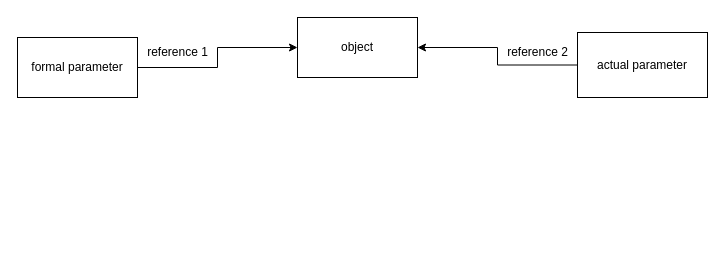
grimoiredecs/Functional_In_Python keeps this draw.io diagram as Untitled Diagram.drawio. Above is the earlier version. Source tidied: cells renumbered, new cells numbered last; positions are measured from the earlier drawing's top-left corner, leaving out a move shared by most shapes. Both pictures are drawn from the tidied source at 100%, with x=0, y=0 at pixel (17, 17).
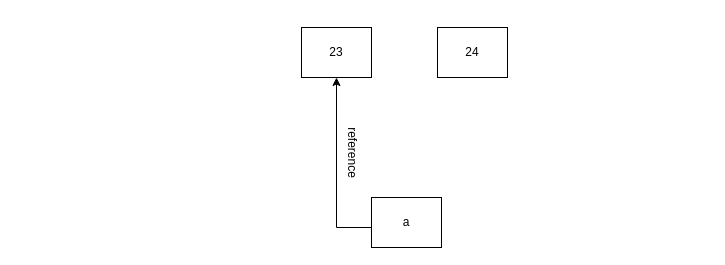
Above is the later version.

What changed in the source:
```diff
@@
 <mxGraphModel>
   <root>
     <mxCell id="0" />
     <mxCell id="1" parent="0" />
-    <mxCell id="2" value="object" style="rounded=0;whiteSpace=wrap;html=1;" parent="1" vertex="1">
-      <mxGeometry x="280" width="120" height="60" as="geometry" />
-    </mxCell>
-    <mxCell id="3" style="edgeStyle=orthogonalEdgeStyle;rounded=0;jettySize=auto;html=1;" parent="1" edge="1" source="4" target="2">
-      <mxGeometry relative="1" as="geometry" />
-    </mxCell>
-    <mxCell id="4" value="formal parameter" style="rounded=0;whiteSpace=wrap;html=1;" parent="1" vertex="1">
-      <mxGeometry y="20" width="120" height="60" as="geometry" />
-    </mxCell>
-    <mxCell id="5" style="edgeStyle=orthogonalEdgeStyle;rounded=0;jettySize=auto;html=1;entryX=1;entryY=0.5;entryDx=0;entryDy=0;" parent="1" edge="1" source="6" target="2">
-      <mxGeometry relative="1" as="geometry" />
-    </mxCell>
-    <mxCell id="6" value="actual parameter" style="rounded=0;whiteSpace=wrap;html=1;" parent="1" vertex="1">
-      <mxGeometry x="560" y="15" width="130" height="65" as="geometry" />
-    </mxCell>
-    <mxCell id="7" value="reference 1" style="text;html=1;align=center;verticalAlign=middle;strokeColor=none;fillColor=none;" parent="1" vertex="1">
-      <mxGeometry x="120" y="20" width="80" height="30" as="geometry" />
-    </mxCell>
-    <mxCell id="8" value="reference 2" style="text;html=1;align=center;verticalAlign=middle;strokeColor=none;fillColor=none;" parent="1" vertex="1">
-      <mxGeometry x="480" y="20" width="80" height="30" as="geometry" />
-    </mxCell>
+    <mxCell id="9" value="24" style="rounded=0;whiteSpace=wrap;html=1;" parent="1" vertex="1">
+      <mxGeometry x="420" y="10" width="70" height="50" as="geometry" />
+    </mxCell>
+    <mxCell id="10" value="23" style="rounded=0;whiteSpace=wrap;html=1;" parent="1" vertex="1">
+      <mxGeometry x="284" y="10" width="70" height="50" as="geometry" />
+    </mxCell>
+    <mxCell id="11" style="edgeStyle=orthogonalEdgeStyle;rounded=0;jettySize=auto;html=1;entryX=0.5;entryY=1;entryDx=0;entryDy=0;" parent="1" edge="1" source="12" target="10">
+      <mxGeometry relative="1" as="geometry">
+        <Array as="points">
+          <mxPoint x="319" y="210" />
+        </Array>
+      </mxGeometry>
+    </mxCell>
+    <mxCell id="12" value="a" style="rounded=0;whiteSpace=wrap;html=1;" parent="1" vertex="1">
+      <mxGeometry x="354" y="180" width="70" height="50" as="geometry" />
+    </mxCell>
+    <mxCell id="13" value="reference" style="text;html=1;align=center;verticalAlign=middle;strokeColor=none;fillColor=none;rotation=90;" parent="1" vertex="1">
+      <mxGeometry x="300" y="120" width="70" height="30" as="geometry" />
+    </mxCell>
   </root>
 </mxGraphModel>
```
